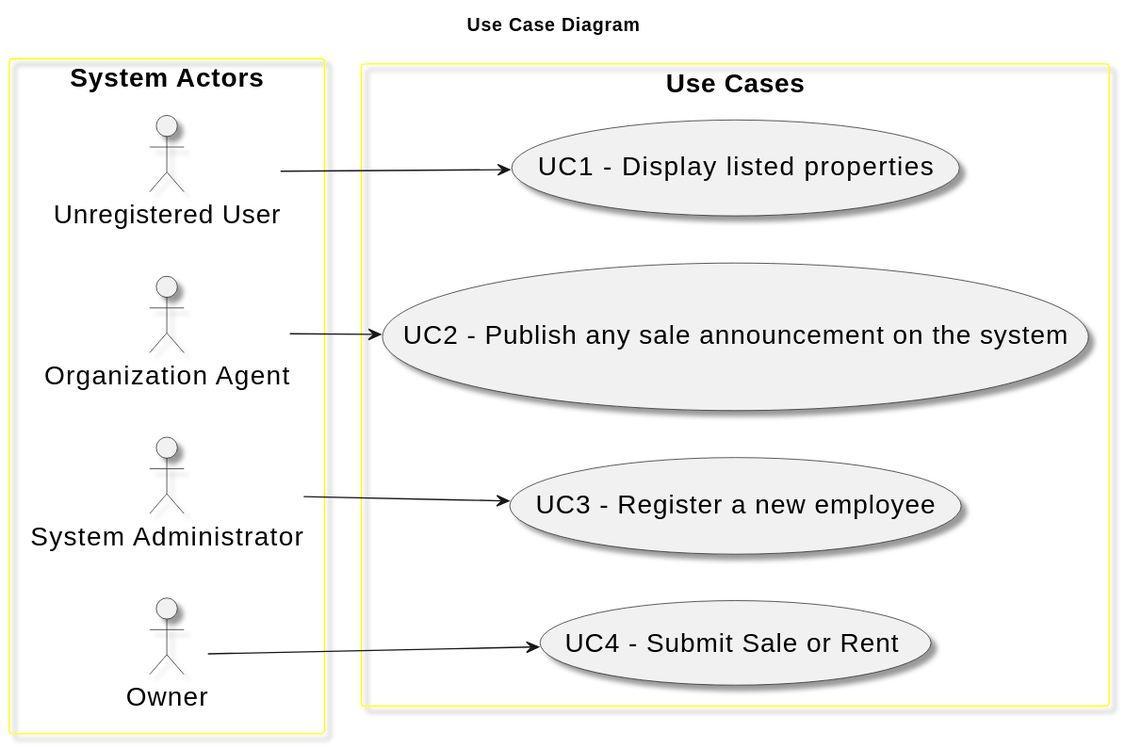
Earlier version of the PlantUML export docs/sprintA/global-artifacts/01.requirements-engineering/svg/use-case-diagram.svg (Goncalves2525/real-estate-management-system).
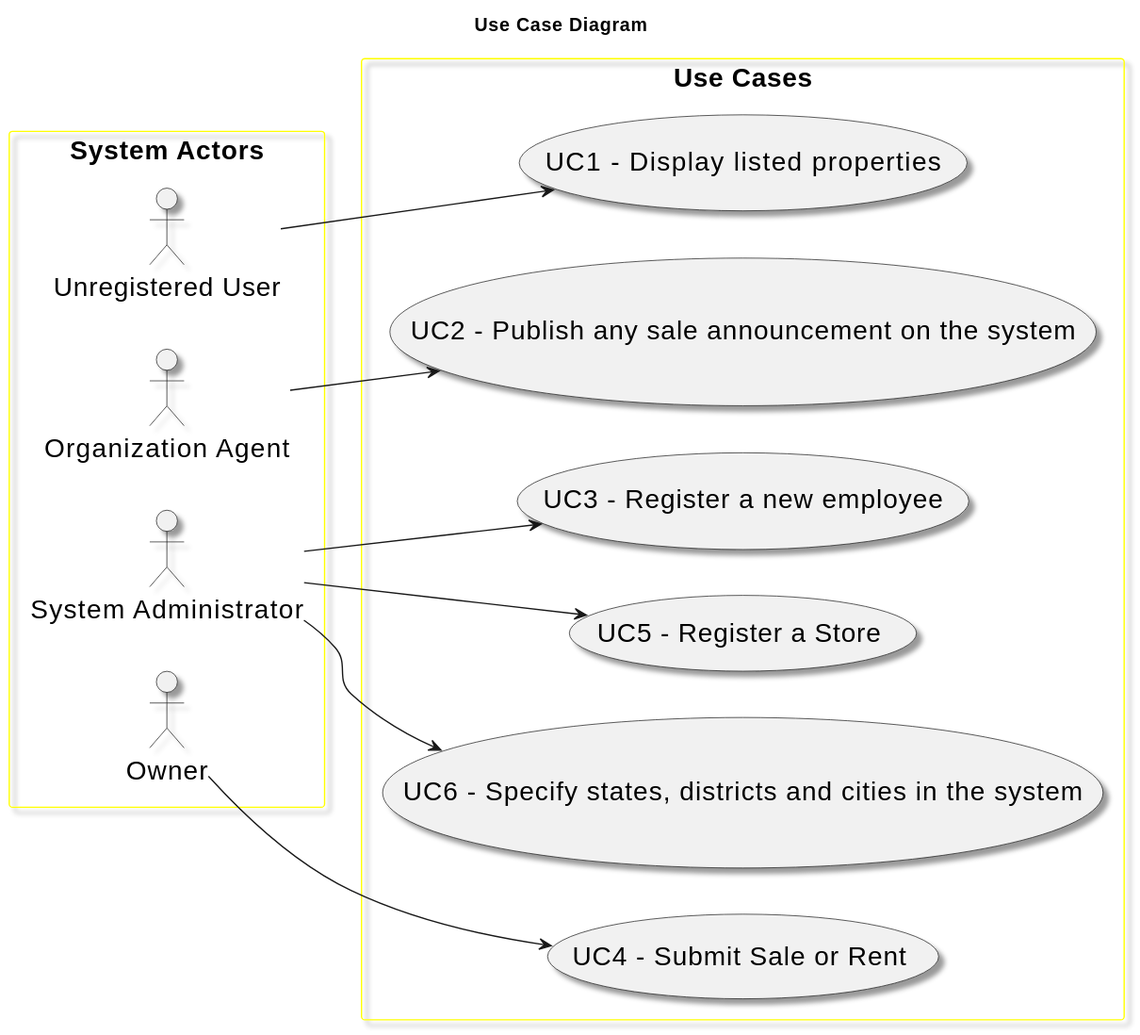
Above is the later version.

Commit message:
Use case diagrams

The edit, as a diff of the source:
```diff
@@ -28,5 +28,9 @@
             "System Administrator" --> UC3
     usecase "UC4 - Submit Sale or Rent" as UC4
                 "Owner" --> UC4
+    usecase "UC5 - Register a Store" as UC5
+            "System Administrator" --> UC5
+    usecase "UC6 - Specify states, districts and cities in the system" as UC6
+            "System Administrator" --> UC6
 }
 @enduml
```
